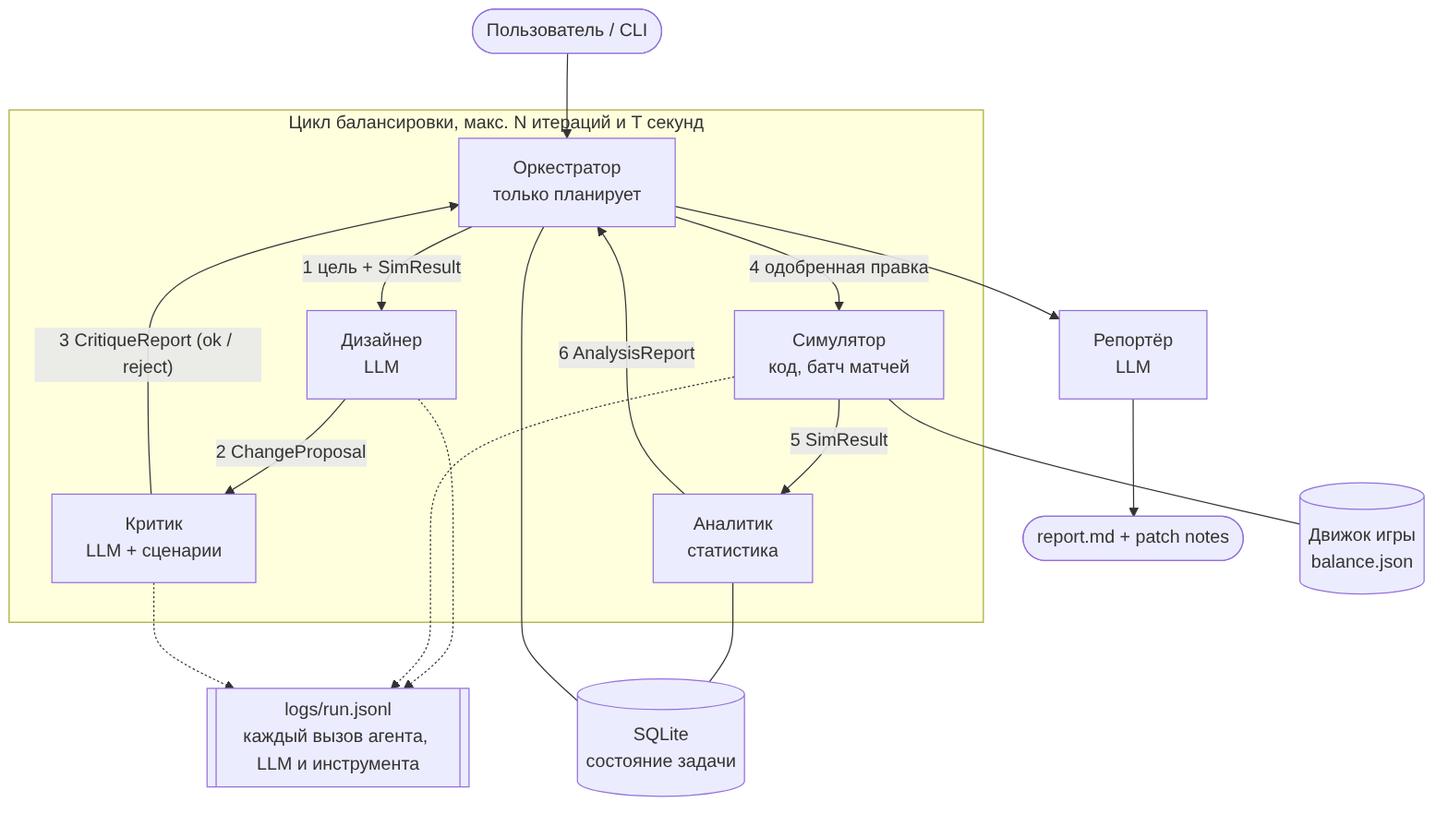
This is docs/architecture.png from rebellionig/gamebalancer, a Mermaid export, as it was before one commit. Its source is kept beside it as docs/architecture.mmd. Source of this version:
```mermaid
flowchart TB
    U([Пользователь / CLI]) --> O

    subgraph LOOP[Цикл балансировки, макс. N итераций и T секунд]
        O["Оркестратор<br/>только планирует"]
        D["Дизайнер<br/>LLM"]
        C["Критик<br/>LLM + сценарии"]
        S["Симулятор<br/>код, батч матчей"]
        A["Аналитик<br/>статистика"]
        O -- "1 цель + SimResult" --> D
        D -- "2 ChangeProposal" --> C
        C -- "3 CritiqueReport (ok / reject)" --> O
        O -- "4 одобренная правка" --> S
        S -- "5 SimResult" --> A
        A -- "6 AnalysisReport" --> O
    end

    O --> R["Репортёр<br/>LLM"]
    R --> OUT([report.md + patch notes])

    S --- ENG[("Движок игры<br/>balance.json")]
    A --- DB[("SQLite<br/>состояние задачи")]
    O --- DB
    LOG[["logs/run.jsonl<br/>каждый вызов агента, LLM и инструмента"]]
    D -.-> LOG
    S -.-> LOG
    C -.-> LOG
```
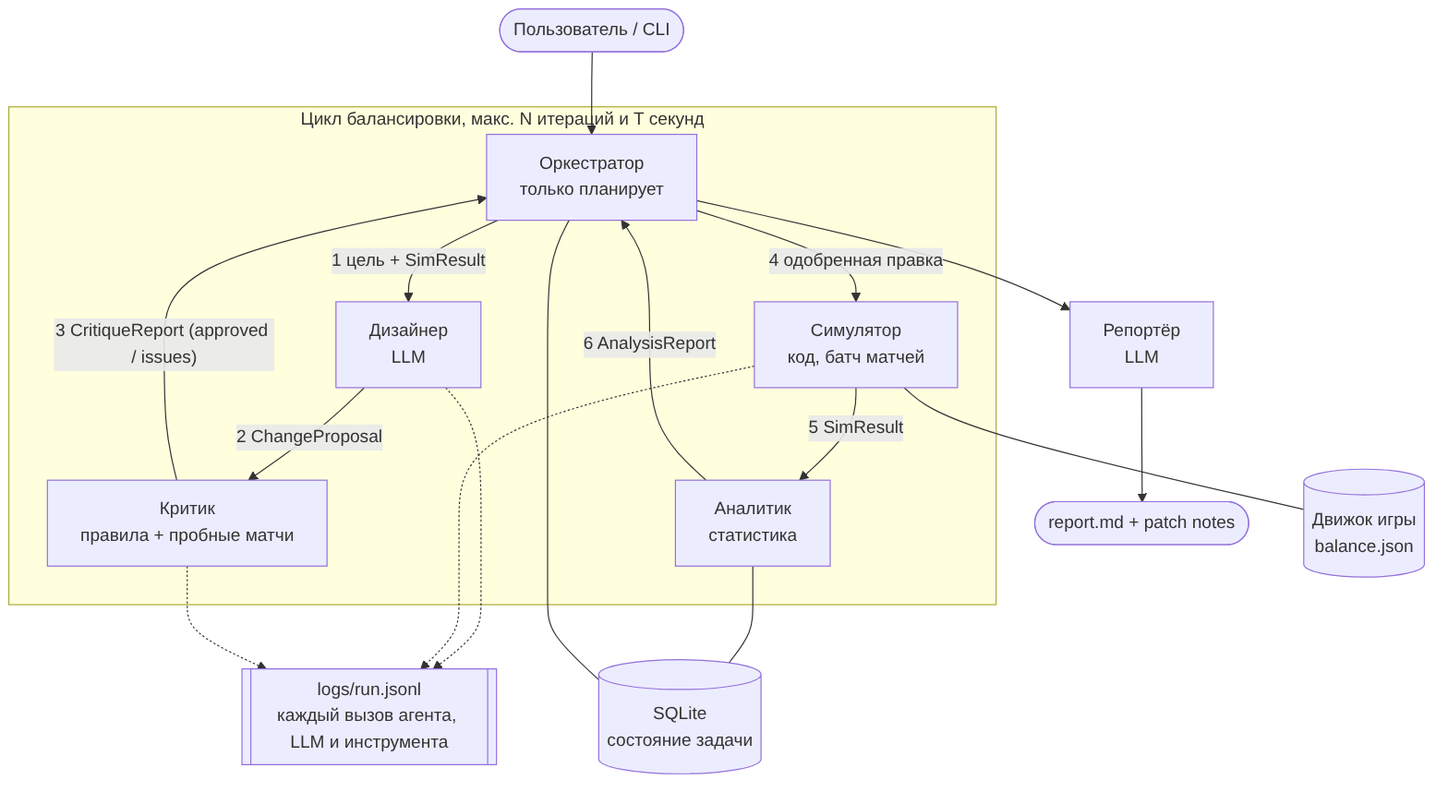
Above is the later version.

The edit, as a diff of the source:
```diff
@@ -4,12 +4,12 @@
     subgraph LOOP[Цикл балансировки, макс. N итераций и T секунд]
         O["Оркестратор<br/>только планирует"]
         D["Дизайнер<br/>LLM"]
-        C["Критик<br/>LLM + сценарии"]
+        C["Критик<br/>правила + пробные матчи"]
         S["Симулятор<br/>код, батч матчей"]
         A["Аналитик<br/>статистика"]
         O -- "1 цель + SimResult" --> D
         D -- "2 ChangeProposal" --> C
-        C -- "3 CritiqueReport (ok / reject)" --> O
+        C -- "3 CritiqueReport (approved / issues)" --> O
         O -- "4 одобренная правка" --> S
         S -- "5 SimResult" --> A
         A -- "6 AnalysisReport" --> O
```
